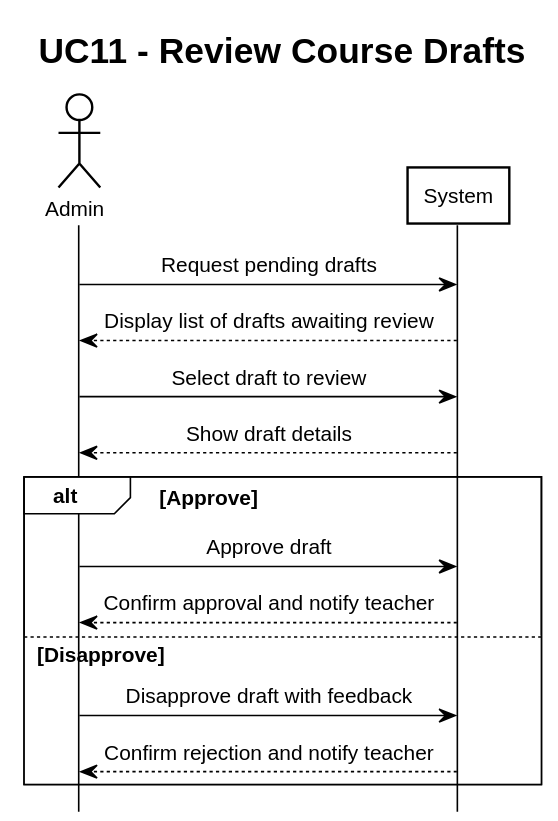
Earlier version of the PlantUML export out/Analysis/SSDs/UC11_ReviewCourseDrafts/UC11_ReviewCourseDrafts.svg (SEPCheesecakeFactory/SEP3). Source of this version:
```plantuml
@startuml
title UC11 - Review Course Drafts
!include https://raw.githubusercontent.com/fredoslav2004/MinimalThemePUML/refs/heads/main/minimal-theme.puml

actor Admin
participant System

Admin -> System: Request pending drafts
System --> Admin: Display list of drafts awaiting review
Admin -> System: Select draft to review
System --> Admin: Show draft details
alt Approve
    Admin -> System: Approve draft
    System --> Admin: Confirm approval and notify teacher
else Disapprove
    Admin -> System: Disapprove draft with feedback
    System --> Admin: Confirm rejection and notify teacher
end
@enduml
```
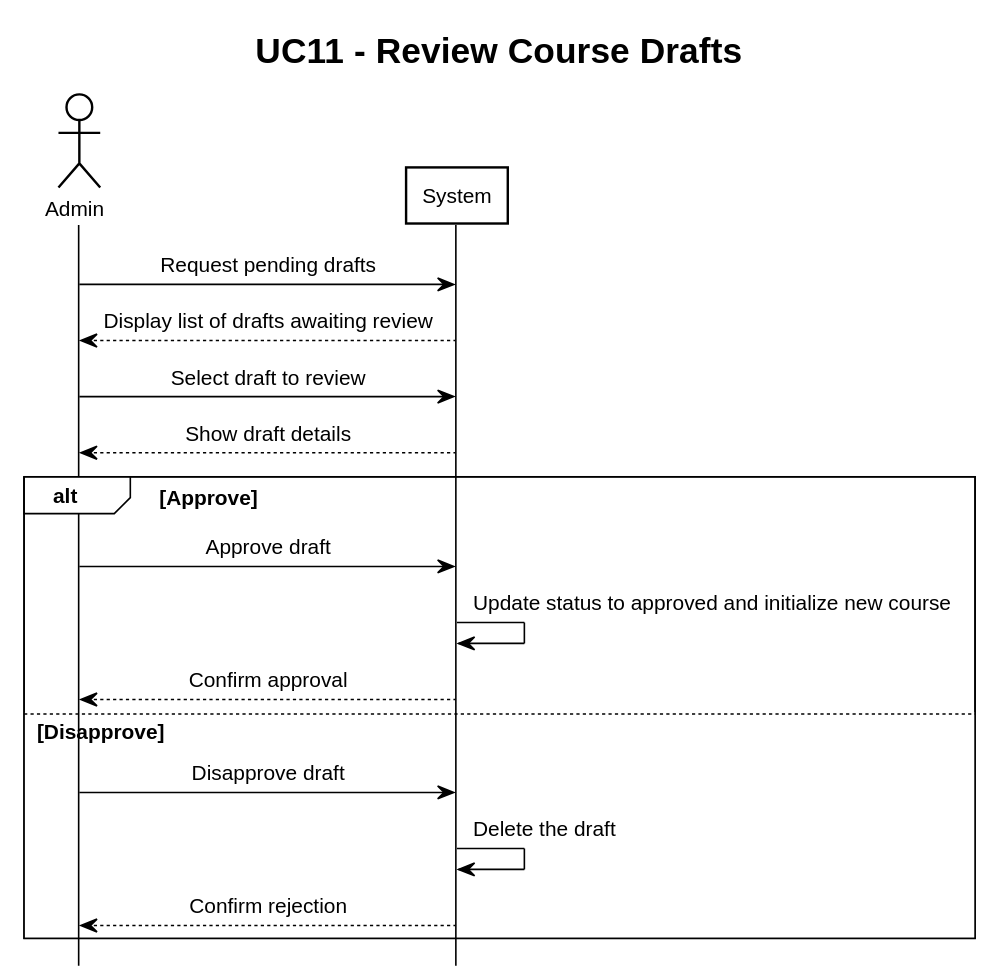
After the change.

Change to the diagram source:
```diff
@@ -11,9 +11,11 @@
 System --> Admin: Show draft details
 alt Approve
     Admin -> System: Approve draft
-    System --> Admin: Confirm approval and notify teacher
+    System -> System: Update status to approved and initialize new course
+    System --> Admin: Confirm approval
 else Disapprove
-    Admin -> System: Disapprove draft with feedback
-    System --> Admin: Confirm rejection and notify teacher
+    Admin -> System: Disapprove draft
+    System -> System: Delete the draft
+    System --> Admin: Confirm rejection
 end
 @enduml
```
